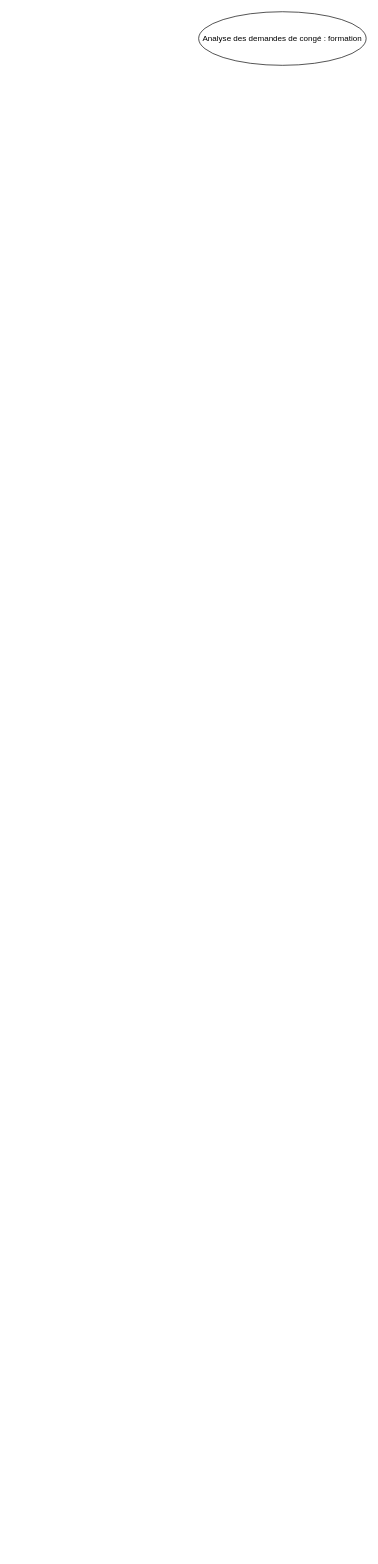
Above: R2_10b.drawio in Nereoll/draw.io (draw.io), before the change. Source tidied: cells renumbered, new cells numbered last; positions are measured from the earlier drawing's top-left corner, leaving out a move shared by most shapes. Both pictures are drawn from the tidied source at 67%, with x=0, y=0 at pixel (198, 11).
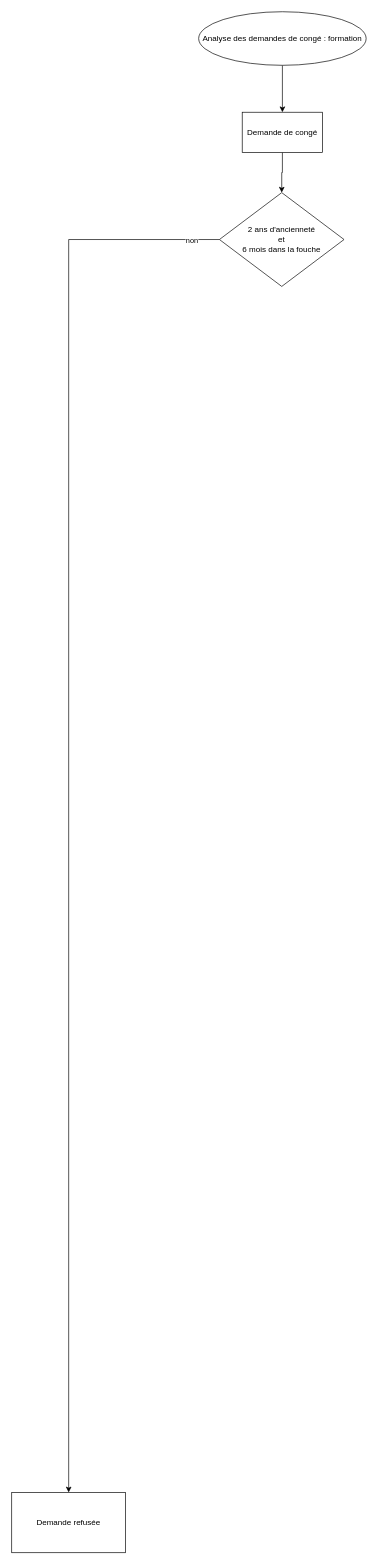
After the change.

Commit message (it also covers changes not shown here):
Mettre à jour R2_10b.drawio

Change to the diagram source:
```diff
@@
 <mxGraphModel>
   <root>
     <mxCell id="0" />
     <mxCell id="1" parent="0" />
+    <mxCell id="3" style="edgeStyle=orthogonalEdgeStyle;rounded=0;jettySize=auto;html=1;entryX=0.5;entryY=0;entryDx=0;entryDy=0;" parent="1" edge="1" source="2" target="5">
+      <mxGeometry relative="1" as="geometry" />
+    </mxCell>
     <mxCell id="2" value="Analyse des demandes de congé : formation" style="ellipse;whiteSpace=wrap;html=1;" parent="1" vertex="1">
       <mxGeometry width="250" height="80" as="geometry" />
     </mxCell>
+    <mxCell id="4" style="edgeStyle=orthogonalEdgeStyle;rounded=0;jettySize=auto;html=1;entryX=0.5;entryY=0;entryDx=0;entryDy=0;" parent="1" edge="1" source="5" target="8">
+      <mxGeometry relative="1" as="geometry" />
+    </mxCell>
+    <mxCell id="5" value="Demande de congé" style="rounded=0;whiteSpace=wrap;html=1;" parent="1" vertex="1">
+      <mxGeometry x="65" y="150" width="120" height="60" as="geometry" />
+    </mxCell>
+    <mxCell id="6" style="edgeStyle=orthogonalEdgeStyle;rounded=0;jettySize=auto;html=1;" parent="1" edge="1" source="8" target="9">
+      <mxGeometry relative="1" as="geometry" />
+    </mxCell>
+    <mxCell id="7" value="non" style="edgeLabel;html=1;align=center;verticalAlign=middle;" parent="6" vertex="1">
+      <mxGeometry x="-0.96" relative="1" as="geometry" />
+    </mxCell>
+    <mxCell id="8" value="&lt;div&gt;2 ans d'ancienneté&lt;/div&gt;&lt;div&gt;et&lt;/div&gt;&lt;div&gt;6 mois dans la fouche&lt;br&gt;&lt;/div&gt;" style="rhombus;whiteSpace=wrap;html=1;" parent="1" vertex="1">
+      <mxGeometry x="31" y="270" width="186" height="140" as="geometry" />
+    </mxCell>
+    <mxCell id="9" value="Demande refusée" style="rounded=0;whiteSpace=wrap;html=1;" parent="1" vertex="1">
+      <mxGeometry x="-279" y="2210" width="170" height="90" as="geometry" />
+    </mxCell>
   </root>
 </mxGraphModel>
```
